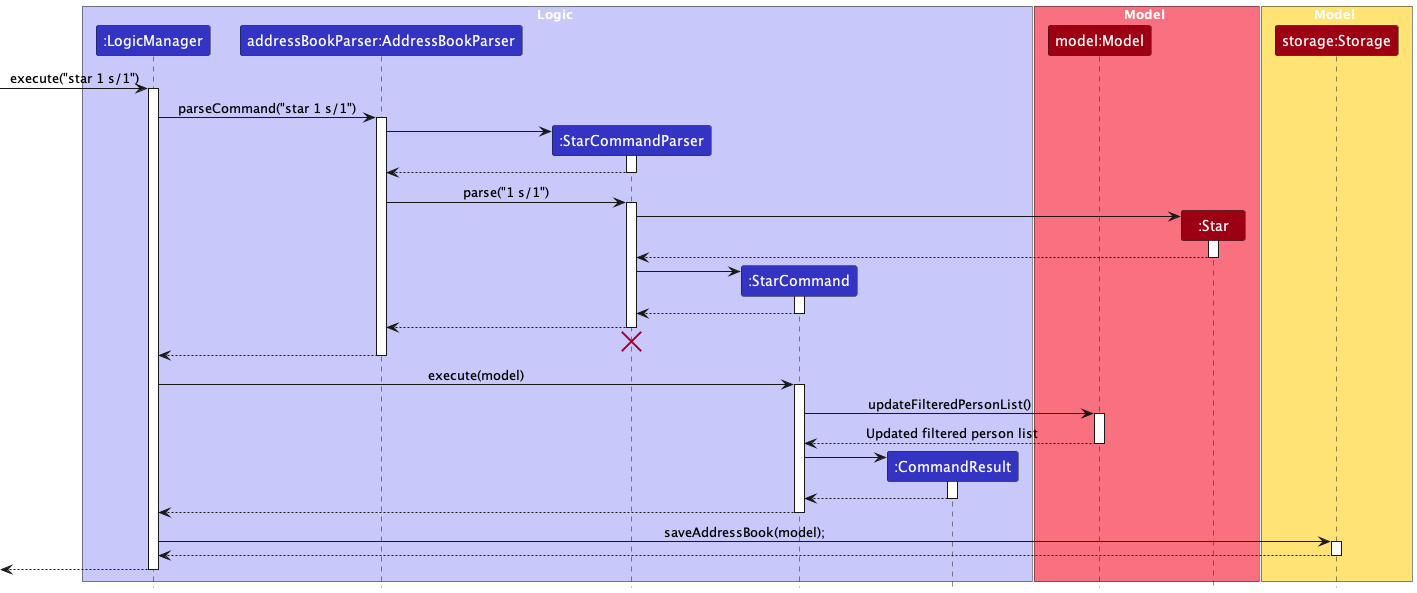
Earlier version of the PlantUML export docs/images/StarCommandSequenceDiagram.png (nus-cs2103-AY2324S2/tp). The source it was exported from:
```plantuml
@startuml
!include style.puml
skinparam ArrowFontStyle plain

box Logic LOGIC_COLOR_T1
participant ":LogicManager" as LogicManager LOGIC_COLOR
participant "addressBookParser:AddressBookParser" as AddressBookParser LOGIC_COLOR
participant ":StarCommandParser" as StarCommandParser LOGIC_COLOR
participant ":StarCommand" as StarCommand LOGIC_COLOR
participant ":CommandResult" as CommandResult LOGIC_COLOR
end box

box Model MODEL_COLOR_T1
participant "model:Model" as Model MODEL_COLOR
participant ":Star" as Star MODEL_COLOR
end box

box Model STORAGE_COLOR_T1
participant "storage:Storage" as Storage MODEL_COLOR
end box

[-> LogicManager : execute("star 1 s/1")
activate LogicManager

LogicManager -> AddressBookParser : parseCommand("star 1 s/1")
activate AddressBookParser

create StarCommandParser
AddressBookParser -> StarCommandParser
activate StarCommandParser

StarCommandParser --> AddressBookParser
deactivate StarCommandParser

AddressBookParser -> StarCommandParser : parse("1 s/1")
activate StarCommandParser

create Star
StarCommandParser -> Star
activate Star

Star --> StarCommandParser
deactivate Star

create StarCommand
StarCommandParser -> StarCommand
activate StarCommand

StarCommand --> StarCommandParser :
deactivate StarCommand

StarCommandParser --> AddressBookParser :
deactivate StarCommandParser
StarCommandParser -[hidden]-> AddressBookParser
destroy StarCommandParser
deactivate StarCommandParser

AddressBookParser --> LogicManager :
deactivate AddressBookParser

LogicManager -> StarCommand : execute(model)
activate StarCommand

StarCommand -> Model : updateFilteredPersonList()
activate Model

Model --> StarCommand : Updated filtered person list
deactivate Model

create CommandResult
StarCommand -> CommandResult
activate CommandResult

CommandResult --> StarCommand
deactivate CommandResult

StarCommand --> LogicManager :
deactivate StarCommand

LogicManager -> Storage : saveAddressBook(model);
activate Storage

Storage --> LogicManager
deactivate Storage

[<--LogicManager
deactivate LogicManager
@enduml
```
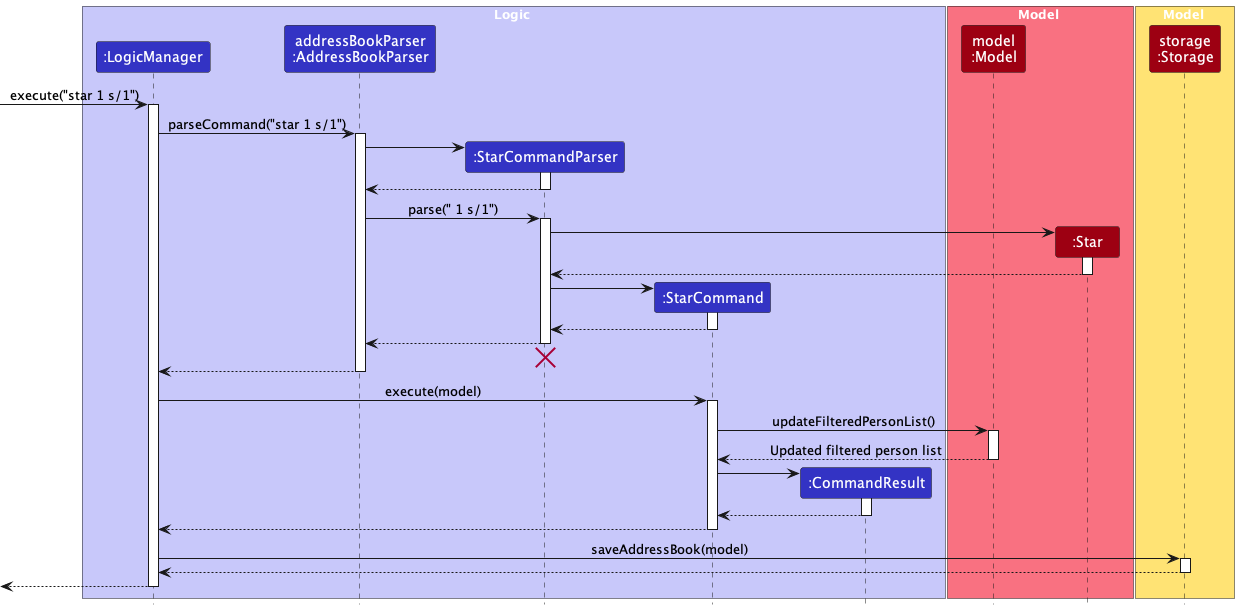
Later version of the same file.

Change to the diagram source:
```diff
@@ -4,19 +4,19 @@
 
 box Logic LOGIC_COLOR_T1
 participant ":LogicManager" as LogicManager LOGIC_COLOR
-participant "addressBookParser:AddressBookParser" as AddressBookParser LOGIC_COLOR
+participant "addressBookParser\n:AddressBookParser" as AddressBookParser LOGIC_COLOR
 participant ":StarCommandParser" as StarCommandParser LOGIC_COLOR
 participant ":StarCommand" as StarCommand LOGIC_COLOR
 participant ":CommandResult" as CommandResult LOGIC_COLOR
 end box
 
 box Model MODEL_COLOR_T1
-participant "model:Model" as Model MODEL_COLOR
+participant "model\n:Model" as Model MODEL_COLOR
 participant ":Star" as Star MODEL_COLOR
 end box
 
 box Model STORAGE_COLOR_T1
-participant "storage:Storage" as Storage MODEL_COLOR
+participant "storage\n:Storage" as Storage MODEL_COLOR
 end box
 
 [-> LogicManager : execute("star 1 s/1")
@@ -32,7 +32,7 @@
 StarCommandParser --> AddressBookParser
 deactivate StarCommandParser
 
-AddressBookParser -> StarCommandParser : parse("1 s/1")
+AddressBookParser -> StarCommandParser : parse(" 1 s/1")
 activate StarCommandParser
 
 create Star
@@ -77,7 +77,7 @@
 StarCommand --> LogicManager :
 deactivate StarCommand
 
-LogicManager -> Storage : saveAddressBook(model);
+LogicManager -> Storage : saveAddressBook(model)
 activate Storage
 
 Storage --> LogicManager
```
